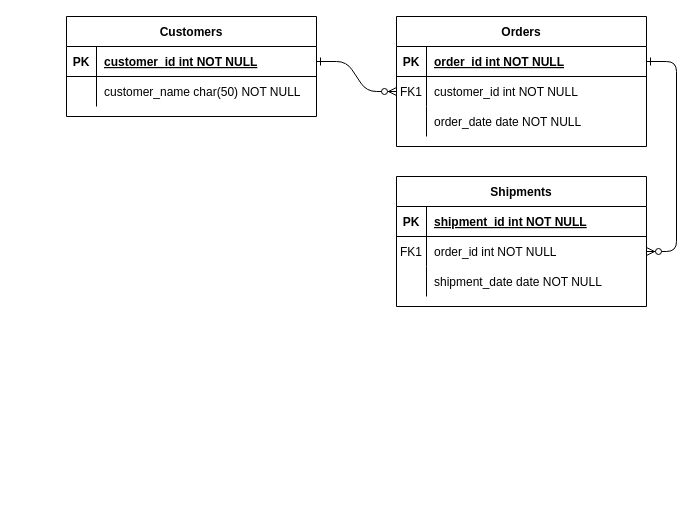
Above: Диаграмма без названия.drawio in Nelli25/Lesson1BD (draw.io), before the change. Source tidied: cells renumbered, new cells numbered last; positions are measured from the earlier drawing's top-left corner, leaving out a move shared by most shapes. Both pictures are drawn from the tidied source at 100%, with x=0, y=0 at pixel (66, 16).
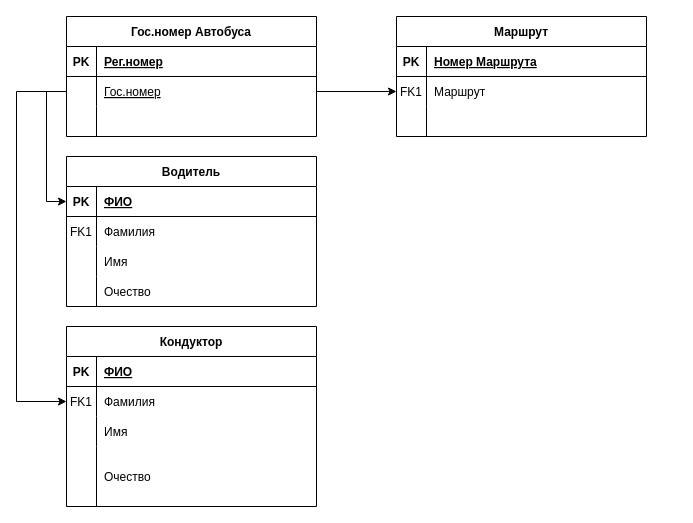
The same diagram, later.

The change refers to these unchanged cells:
```xml
<mxCell id="5" style="shape=partialRectangle;fillColor=none;points=[[0,0.5],[1,0.5]];portConstraint=eastwest;top=0;left=0;right=0;bottom=1;" parent="4" vertex="1">
  <mxGeometry y="30" width="250" height="30" as="geometry" />
</mxCell>
<mxCell id="8" style="shape=partialRectangle;fillColor=none;points=[[0,0.5],[1,0.5]];portConstraint=eastwest;top=0;left=0;right=0;bottom=0;" parent="4" vertex="1">
  <mxGeometry y="60" width="250" height="30" as="geometry" />
</mxCell>
<mxCell id="11" style="shape=partialRectangle;fillColor=none;top=0;left=0;right=0;bottom=0;" parent="4" vertex="1">
  <mxGeometry y="90" width="250" height="30" as="geometry" />
</mxCell>
<mxCell id="15" style="shape=partialRectangle;fillColor=none;points=[[0,0.5],[1,0.5]];portConstraint=eastwest;top=0;left=0;right=0;bottom=1;" parent="14" vertex="1">
  <mxGeometry y="30" width="250" height="30" as="geometry" />
</mxCell>
<mxCell id="18" style="shape=partialRectangle;fillColor=none;points=[[0,0.5],[1,0.5]];portConstraint=eastwest;top=0;left=0;right=0;bottom=0;" parent="14" vertex="1">
  <mxGeometry y="60" width="250" height="30" as="geometry" />
</mxCell>
<mxCell id="21" style="shape=partialRectangle;fillColor=none;top=0;left=0;right=0;bottom=0;" parent="14" vertex="1">
  <mxGeometry y="90" width="250" height="30" as="geometry" />
</mxCell>
<mxCell id="25" style="shape=partialRectangle;fillColor=none;points=[[0,0.5],[1,0.5]];portConstraint=eastwest;top=0;left=0;right=0;bottom=1;" parent="24" vertex="1">
  <mxGeometry y="30" width="250" height="30" as="geometry" />
</mxCell>
<mxCell id="28" style="shape=partialRectangle;fillColor=none;points=[[0,0.5],[1,0.5]];portConstraint=eastwest;top=0;left=0;right=0;bottom=0;" parent="24" vertex="1">
  <mxGeometry y="60" width="250" height="30" as="geometry" />
</mxCell>
```

Diff of the diagram source:
```diff
@@
-    <mxCell id="2" style="edgeStyle=entityRelationEdgeStyle;endArrow=ERzeroToMany;startArrow=ERone;endFill=1;startFill=0;" parent="1" edge="1" source="25" target="8">
-      <mxGeometry relative="1" as="geometry" />
-    </mxCell>
-    <mxCell id="3" style="edgeStyle=entityRelationEdgeStyle;endArrow=ERzeroToMany;startArrow=ERone;endFill=1;startFill=0;" parent="1" edge="1" source="5" target="18">
-      <mxGeometry relative="1" as="geometry" />
-    </mxCell>
-    <mxCell id="4" value="Orders" style="shape=table;startSize=30;childLayout=tableLayout;rowLines=0;fontStyle=1;align=center;" parent="1" vertex="1">
-      <mxGeometry x="330" width="250" height="130" as="geometry" />
+    <mxCell id="4" value="Маршрут" style="shape=table;startSize=30;childLayout=tableLayout;rowLines=0;fontStyle=1;align=center;" parent="1" vertex="1">
+      <mxGeometry x="330" width="250" height="120" as="geometry" />
     </mxCell>
@@
-    <mxCell id="7" value="order_id int NOT NULL " style="shape=partialRectangle;overflow=hidden;fillColor=none;top=0;left=0;bottom=0;right=0;align=left;spacingLeft=6;fontStyle=5;" parent="5" vertex="1">
+    <mxCell id="7" value="Номер Маршрута" style="shape=partialRectangle;overflow=hidden;fillColor=none;top=0;left=0;bottom=0;right=0;align=left;spacingLeft=6;fontStyle=5;" parent="5" vertex="1">
       <mxGeometry x="30" width="220" height="30" as="geometry" />
     </mxCell>
@@
-    <mxCell id="10" value="customer_id int NOT NULL" style="shape=partialRectangle;overflow=hidden;fillColor=none;top=0;left=0;bottom=0;right=0;align=left;spacingLeft=6;" parent="8" vertex="1">
+    <mxCell id="10" value="Маршрут" style="shape=partialRectangle;overflow=hidden;fillColor=none;top=0;left=0;bottom=0;right=0;align=left;spacingLeft=6;" parent="8" vertex="1">
       <mxGeometry x="30" width="220" height="30" as="geometry" />
     </mxCell>
@@
-    <mxCell id="13" value="order_date date NOT NULL" style="shape=partialRectangle;overflow=hidden;fillColor=none;top=0;left=0;bottom=0;right=0;align=left;spacingLeft=6;" parent="11" vertex="1">
+    <mxCell id="13" style="shape=partialRectangle;overflow=hidden;fillColor=none;top=0;left=0;bottom=0;right=0;align=left;spacingLeft=6;" parent="11" vertex="1">
       <mxGeometry x="30" width="220" height="30" as="geometry" />
     </mxCell>
-    <mxCell id="14" value="Shipments" style="shape=table;startSize=30;childLayout=tableLayout;rowLines=0;fontStyle=1;align=center;" parent="1" vertex="1">
-      <mxGeometry x="330" y="160" width="250" height="130" as="geometry" />
+    <mxCell id="14" value="Водитель" style="shape=table;startSize=30;childLayout=tableLayout;rowLines=0;fontStyle=1;align=center;" parent="1" vertex="1">
+      <mxGeometry y="140" width="250" height="150" as="geometry" />
     </mxCell>
@@
-    <mxCell id="17" value="shipment_id int NOT NULL " style="shape=partialRectangle;overflow=hidden;fillColor=none;top=0;left=0;bottom=0;right=0;align=left;spacingLeft=6;fontStyle=5;" parent="15" vertex="1">
+    <mxCell id="17" value="ФИО" style="shape=partialRectangle;overflow=hidden;fillColor=none;top=0;left=0;bottom=0;right=0;align=left;spacingLeft=6;fontStyle=5;" parent="15" vertex="1">
       <mxGeometry x="30" width="220" height="30" as="geometry" />
     </mxCell>
@@
-    <mxCell id="20" value="order_id int NOT NULL" style="shape=partialRectangle;overflow=hidden;fillColor=none;top=0;left=0;bottom=0;right=0;align=left;spacingLeft=6;" parent="18" vertex="1">
+    <mxCell id="20" value="Фамилия" style="shape=partialRectangle;overflow=hidden;fillColor=none;top=0;left=0;bottom=0;right=0;align=left;spacingLeft=6;" parent="18" vertex="1">
       <mxGeometry x="30" width="220" height="30" as="geometry" />
     </mxCell>
@@
-    <mxCell id="23" value="shipment_date date NOT NULL" style="shape=partialRectangle;overflow=hidden;fillColor=none;top=0;left=0;bottom=0;right=0;align=left;spacingLeft=6;" parent="21" vertex="1">
+    <mxCell id="23" value="Имя" style="shape=partialRectangle;overflow=hidden;fillColor=none;top=0;left=0;bottom=0;right=0;align=left;spacingLeft=6;" parent="21" vertex="1">
       <mxGeometry x="30" width="220" height="30" as="geometry" />
     </mxCell>
+    <mxCell id="31" style="shape=partialRectangle;fillColor=none;top=0;left=0;right=0;bottom=0;" parent="14" vertex="1">
+      <mxGeometry y="120" width="250" height="30" as="geometry" />
+    </mxCell>
+    <mxCell id="32" style="shape=partialRectangle;overflow=hidden;fillColor=none;top=0;left=0;bottom=0;right=0;" parent="31" vertex="1">
+      <mxGeometry width="30" height="30" as="geometry" />
+    </mxCell>
+    <mxCell id="33" value="Очество" style="shape=partialRectangle;overflow=hidden;fillColor=none;top=0;left=0;bottom=0;right=0;align=left;spacingLeft=6;" parent="31" vertex="1">
+      <mxGeometry x="30" width="220" height="30" as="geometry" />
+    </mxCell>
-    <mxCell id="24" value="Customers" style="shape=table;startSize=30;childLayout=tableLayout;rowLines=0;fontStyle=1;align=center;" parent="1" vertex="1">
-      <mxGeometry width="250" height="100" as="geometry" />
+    <mxCell id="24" value="Гос.номер Автобуса" style="shape=table;startSize=30;childLayout=tableLayout;rowLines=0;fontStyle=1;align=center;" parent="1" vertex="1">
+      <mxGeometry width="250" height="120" as="geometry" />
     </mxCell>
@@
-    <mxCell id="27" value="customer_id int NOT NULL " style="shape=partialRectangle;overflow=hidden;fillColor=none;top=0;left=0;bottom=0;right=0;align=left;spacingLeft=6;fontStyle=5;" parent="25" vertex="1">
+    <mxCell id="27" value="Рег.номер" style="shape=partialRectangle;overflow=hidden;fillColor=none;top=0;left=0;bottom=0;right=0;align=left;spacingLeft=6;fontStyle=5;" parent="25" vertex="1">
       <mxGeometry x="30" width="220" height="30" as="geometry" />
     </mxCell>
@@
-    <mxCell id="30" value="customer_name char(50) NOT NULL" style="shape=partialRectangle;overflow=hidden;fillColor=none;top=0;left=0;bottom=0;right=0;align=left;spacingLeft=6;" parent="28" vertex="1">
+    <mxCell id="30" value="Гос.номер" style="shape=partialRectangle;overflow=hidden;fillColor=none;top=0;left=0;bottom=0;right=0;align=left;spacingLeft=6;fontStyle=4;" parent="28" vertex="1">
       <mxGeometry x="30" width="220" height="30" as="geometry" />
     </mxCell>
+    <mxCell id="34" style="shape=partialRectangle;fillColor=none;top=0;left=0;right=0;bottom=0;" parent="24" vertex="1">
+      <mxGeometry y="90" width="250" height="30" as="geometry" />
+    </mxCell>
+    <mxCell id="35" style="shape=partialRectangle;overflow=hidden;fillColor=none;top=0;left=0;bottom=0;right=0;" parent="34" vertex="1">
+      <mxGeometry width="30" height="30" as="geometry" />
+    </mxCell>
+    <mxCell id="36" style="shape=partialRectangle;overflow=hidden;fillColor=none;top=0;left=0;bottom=0;right=0;align=left;spacingLeft=6;" parent="34" vertex="1">
+      <mxGeometry x="30" width="220" height="30" as="geometry" />
+    </mxCell>
+    <mxCell id="37" value="Кондуктор" style="shape=table;startSize=30;childLayout=tableLayout;rowLines=0;fontStyle=1;align=center;" parent="1" vertex="1">
+      <mxGeometry y="310" width="250" height="180" as="geometry" />
+    </mxCell>
+    <mxCell id="38" style="shape=partialRectangle;fillColor=none;top=0;left=0;right=0;bottom=1;" parent="37" vertex="1">
+      <mxGeometry y="30" width="250" height="30" as="geometry" />
+    </mxCell>
+    <mxCell id="39" value="PK" style="shape=partialRectangle;overflow=hidden;fillColor=none;top=0;left=0;bottom=0;right=0;fontStyle=1;" parent="38" vertex="1">
+      <mxGeometry width="30" height="30" as="geometry" />
+    </mxCell>
+    <mxCell id="40" value="ФИО" style="shape=partialRectangle;overflow=hidden;fillColor=none;top=0;left=0;bottom=0;right=0;align=left;spacingLeft=6;fontStyle=5;" parent="38" vertex="1">
+      <mxGeometry x="30" width="220" height="30" as="geometry" />
+    </mxCell>
+    <mxCell id="41" style="shape=partialRectangle;fillColor=none;points=[[0,0.5],[1,0.5]];portConstraint=eastwest;top=0;left=0;right=0;bottom=0;" parent="37" vertex="1">
+      <mxGeometry y="60" width="250" height="30" as="geometry" />
+    </mxCell>
+    <mxCell id="42" value="FK1" style="shape=partialRectangle;overflow=hidden;fillColor=none;top=0;left=0;bottom=0;right=0;" parent="41" vertex="1">
+      <mxGeometry width="30" height="30" as="geometry" />
+    </mxCell>
+    <mxCell id="43" value="Фамилия" style="shape=partialRectangle;overflow=hidden;fillColor=none;top=0;left=0;bottom=0;right=0;align=left;spacingLeft=6;" parent="41" vertex="1">
+      <mxGeometry x="30" width="220" height="30" as="geometry" />
+    </mxCell>
+    <mxCell id="44" style="shape=partialRectangle;fillColor=none;top=0;left=0;right=0;bottom=0;" parent="37" vertex="1">
+      <mxGeometry y="90" width="250" height="30" as="geometry" />
+    </mxCell>
+    <mxCell id="45" style="shape=partialRectangle;overflow=hidden;fillColor=none;top=0;left=0;bottom=0;right=0;" parent="44" vertex="1">
+      <mxGeometry width="30" height="30" as="geometry" />
+    </mxCell>
+    <mxCell id="46" value="Имя" style="shape=partialRectangle;overflow=hidden;fillColor=none;top=0;left=0;bottom=0;right=0;align=left;spacingLeft=6;" parent="44" vertex="1">
+      <mxGeometry x="30" width="220" height="30" as="geometry" />
+    </mxCell>
+    <mxCell id="47" style="shape=partialRectangle;fillColor=none;top=0;left=0;right=0;bottom=0;" parent="37" vertex="1">
+      <mxGeometry y="120" width="250" height="60" as="geometry" />
+    </mxCell>
+    <mxCell id="48" style="shape=partialRectangle;overflow=hidden;fillColor=none;top=0;left=0;bottom=0;right=0;" parent="47" vertex="1">
+      <mxGeometry width="30" height="60" as="geometry" />
+    </mxCell>
+    <mxCell id="49" value="Очество" style="shape=partialRectangle;overflow=hidden;fillColor=none;top=0;left=0;bottom=0;right=0;align=left;spacingLeft=6;" parent="47" vertex="1">
+      <mxGeometry x="30" width="220" height="60" as="geometry" />
+    </mxCell>
+    <mxCell id="50" style="edgeStyle=orthogonalEdgeStyle;rounded=0;jettySize=auto;html=1;exitX=0;exitY=0.5;exitDx=0;exitDy=0;entryX=0;entryY=0.5;entryDx=0;entryDy=0;" parent="1" edge="1" source="28" target="41">
+      <mxGeometry relative="1" as="geometry">
+        <Array as="points">
+          <mxPoint x="-50" y="75" />
+          <mxPoint x="-50" y="385" />
+        </Array>
+      </mxGeometry>
+    </mxCell>
+    <mxCell id="51" style="edgeStyle=orthogonalEdgeStyle;rounded=0;jettySize=auto;html=1;exitX=0;exitY=0.5;exitDx=0;exitDy=0;entryX=0;entryY=0.5;entryDx=0;entryDy=0;" parent="1" edge="1" source="28" target="15">
+      <mxGeometry relative="1" as="geometry">
+        <Array as="points">
+          <mxPoint x="-20" y="75" />
+          <mxPoint x="-20" y="185" />
+        </Array>
+      </mxGeometry>
+    </mxCell>
+    <mxCell id="52" style="edgeStyle=orthogonalEdgeStyle;rounded=0;jettySize=auto;html=1;exitX=1;exitY=0.5;exitDx=0;exitDy=0;entryX=0;entryY=0.5;entryDx=0;entryDy=0;" parent="1" edge="1" source="28" target="8">
+      <mxGeometry relative="1" as="geometry" />
+    </mxCell>
```
